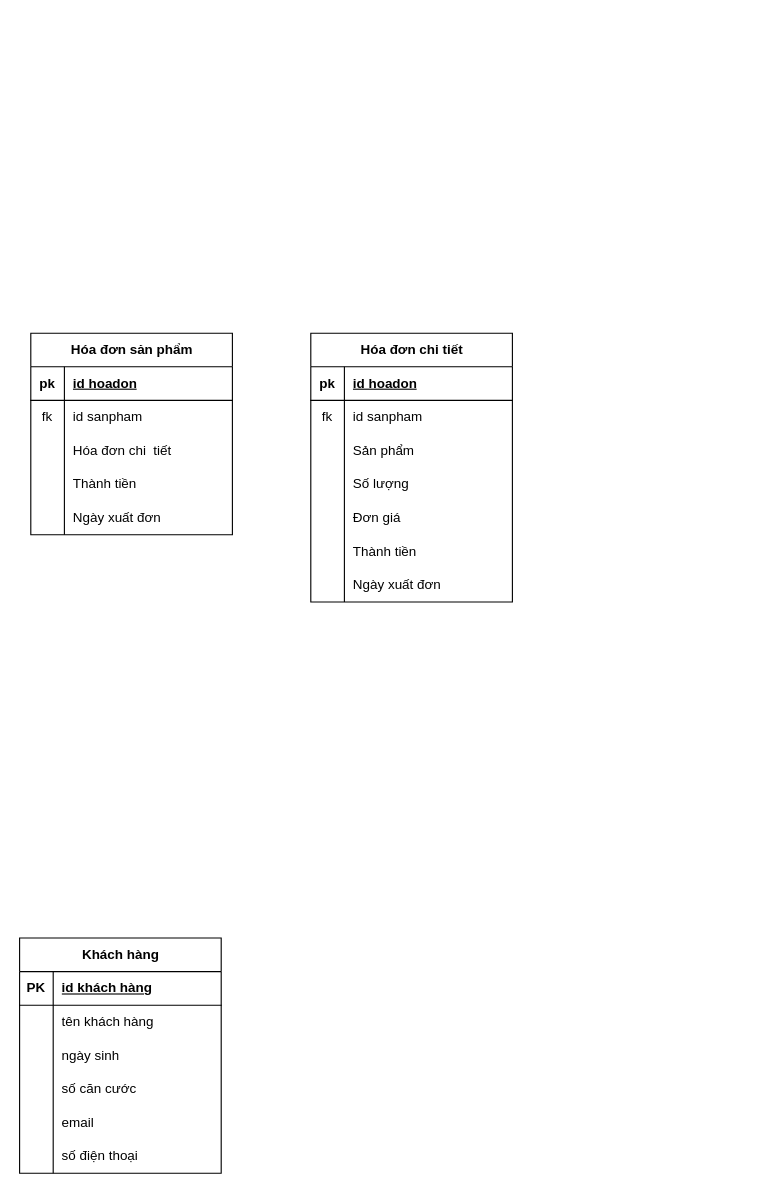
This is page "Khách hàng" (6 of 7) of DuAnNhom.drawio from khai520/DuAnNhom, a draw.io file, before an edit. Source tidied: cells renumbered, new cells numbered last; positions are measured from the earlier drawing's top-left corner, leaving out a move shared by most shapes. Both pictures are drawn from the tidied source at 112%, with x=0, y=0 at pixel (19, 333).
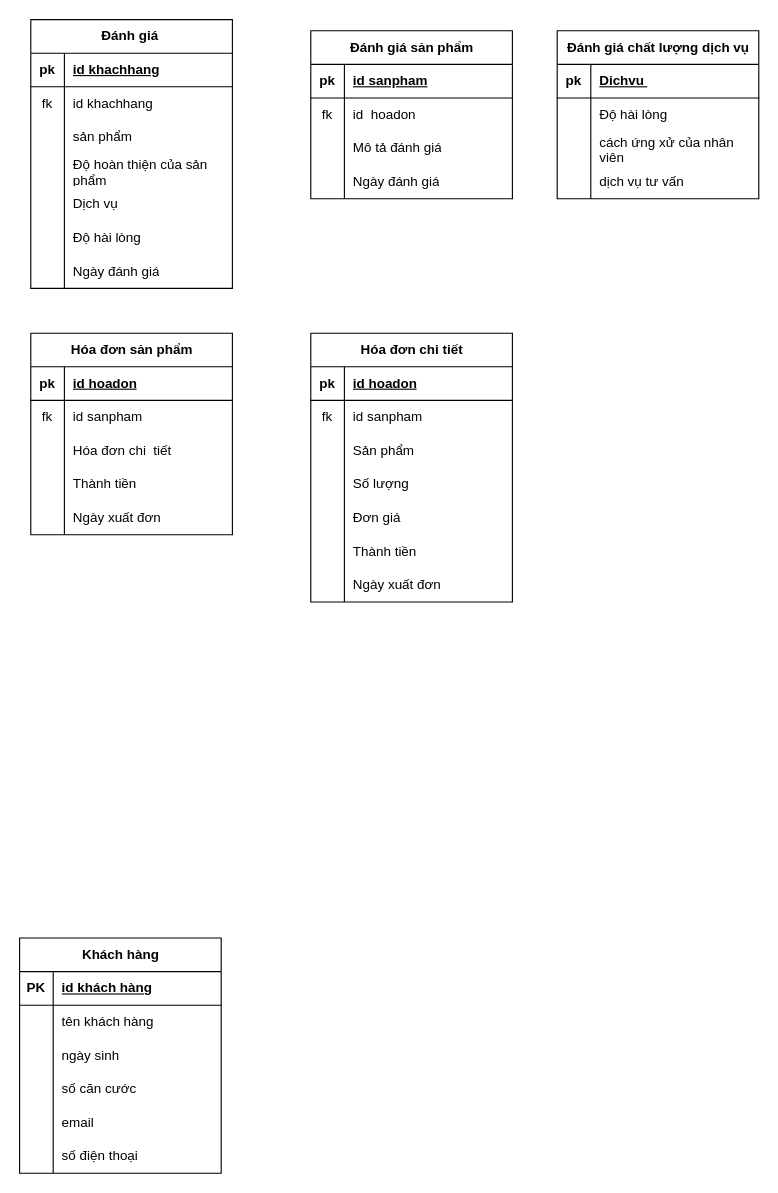
After the change.

Change to the diagram source:
```diff
@@
+    <mxCell id="59" value="Đánh giá&amp;nbsp;" style="shape=table;startSize=30;childLayout=tableLayout;rowLines=0;fontStyle=1;align=center;html=1;" parent="1" vertex="1">
+      <mxGeometry x="10" y="-280" width="180" height="240" as="geometry" />
+    </mxCell>
+    <mxCell id="60" style="shape=tableRow;horizontal=0;startSize=0;swimlaneHead=0;swimlaneBody=0;fillColor=none;top=0;left=0;right=0;bottom=1;" parent="59" vertex="1">
+      <mxGeometry y="30" width="180" height="30" as="geometry" />
+    </mxCell>
+    <mxCell id="61" value="pk" style="shape=partialRectangle;fillColor=none;top=0;left=0;bottom=0;right=0;fontStyle=1;overflow=hidden;whiteSpace=wrap;html=1;" parent="60" vertex="1">
+      <mxGeometry width="30" height="30" as="geometry" />
+    </mxCell>
+    <mxCell id="62" value="id khachhang" style="shape=partialRectangle;fillColor=none;top=0;left=0;bottom=0;right=0;align=left;spacingLeft=6;fontStyle=5;overflow=hidden;whiteSpace=wrap;html=1;" parent="60" vertex="1">
+      <mxGeometry x="30" width="150" height="30" as="geometry" />
+    </mxCell>
+    <mxCell id="63" style="shape=tableRow;horizontal=0;startSize=0;swimlaneHead=0;swimlaneBody=0;fillColor=none;top=0;left=0;right=0;bottom=0;" parent="59" vertex="1">
+      <mxGeometry y="60" width="180" height="30" as="geometry" />
+    </mxCell>
+    <mxCell id="64" value="fk" style="shape=partialRectangle;fillColor=none;top=0;left=0;bottom=0;right=0;overflow=hidden;whiteSpace=wrap;html=1;" parent="63" vertex="1">
+      <mxGeometry width="30" height="30" as="geometry" />
+    </mxCell>
+    <mxCell id="65" value="id khachhang" style="shape=partialRectangle;fillColor=none;top=0;left=0;bottom=0;right=0;align=left;spacingLeft=6;overflow=hidden;whiteSpace=wrap;html=1;" parent="63" vertex="1">
+      <mxGeometry x="30" width="150" height="30" as="geometry" />
+    </mxCell>
+    <mxCell id="66" style="shape=tableRow;horizontal=0;startSize=0;swimlaneHead=0;swimlaneBody=0;fillColor=none;top=0;left=0;right=0;bottom=0;" parent="59" vertex="1">
+      <mxGeometry y="90" width="180" height="30" as="geometry" />
+    </mxCell>
+    <mxCell id="67" style="shape=partialRectangle;fillColor=none;top=0;left=0;bottom=0;right=0;overflow=hidden;whiteSpace=wrap;html=1;" parent="66" vertex="1">
+      <mxGeometry width="30" height="30" as="geometry" />
+    </mxCell>
+    <mxCell id="68" value="sản phẩm" style="shape=partialRectangle;fillColor=none;top=0;left=0;bottom=0;right=0;align=left;spacingLeft=6;overflow=hidden;whiteSpace=wrap;html=1;" parent="66" vertex="1">
+      <mxGeometry x="30" width="150" height="30" as="geometry" />
+    </mxCell>
+    <mxCell id="69" style="shape=tableRow;horizontal=0;startSize=0;swimlaneHead=0;swimlaneBody=0;fillColor=none;top=0;left=0;right=0;bottom=0;" parent="59" vertex="1">
+      <mxGeometry y="120" width="180" height="30" as="geometry" />
+    </mxCell>
+    <mxCell id="70" style="shape=partialRectangle;fillColor=none;top=0;left=0;bottom=0;right=0;overflow=hidden;whiteSpace=wrap;html=1;" parent="69" vertex="1">
+      <mxGeometry width="30" height="30" as="geometry" />
+    </mxCell>
+    <mxCell id="71" value="Độ hoàn thiện của sản phẩm" style="shape=partialRectangle;fillColor=none;top=0;left=0;bottom=0;right=0;align=left;spacingLeft=6;overflow=hidden;whiteSpace=wrap;html=1;" parent="69" vertex="1">
+      <mxGeometry x="30" width="150" height="30" as="geometry" />
+    </mxCell>
+    <mxCell id="72" style="shape=tableRow;horizontal=0;startSize=0;swimlaneHead=0;swimlaneBody=0;fillColor=none;top=0;left=0;right=0;bottom=0;" parent="59" vertex="1">
+      <mxGeometry y="150" width="180" height="30" as="geometry" />
+    </mxCell>
+    <mxCell id="73" style="shape=partialRectangle;fillColor=none;top=0;left=0;bottom=0;right=0;overflow=hidden;whiteSpace=wrap;html=1;" parent="72" vertex="1">
+      <mxGeometry width="30" height="30" as="geometry" />
+    </mxCell>
+    <mxCell id="74" value="Dịch vụ" style="shape=partialRectangle;fillColor=none;top=0;left=0;bottom=0;right=0;align=left;spacingLeft=6;overflow=hidden;whiteSpace=wrap;html=1;" parent="72" vertex="1">
+      <mxGeometry x="30" width="150" height="30" as="geometry" />
+    </mxCell>
+    <mxCell id="75" style="shape=tableRow;horizontal=0;startSize=0;swimlaneHead=0;swimlaneBody=0;fillColor=none;top=0;left=0;right=0;bottom=0;" parent="59" vertex="1">
+      <mxGeometry y="180" width="180" height="30" as="geometry" />
+    </mxCell>
+    <mxCell id="76" style="shape=partialRectangle;fillColor=none;top=0;left=0;bottom=0;right=0;overflow=hidden;whiteSpace=wrap;html=1;" parent="75" vertex="1">
+      <mxGeometry width="30" height="30" as="geometry" />
+    </mxCell>
+    <mxCell id="77" value="Độ hài lòng&amp;nbsp;" style="shape=partialRectangle;fillColor=none;top=0;left=0;bottom=0;right=0;align=left;spacingLeft=6;overflow=hidden;whiteSpace=wrap;html=1;" parent="75" vertex="1">
+      <mxGeometry x="30" width="150" height="30" as="geometry" />
+    </mxCell>
+    <mxCell id="78" style="shape=tableRow;horizontal=0;startSize=0;swimlaneHead=0;swimlaneBody=0;fillColor=none;top=0;left=0;right=0;bottom=0;" parent="59" vertex="1">
+      <mxGeometry y="210" width="180" height="30" as="geometry" />
+    </mxCell>
+    <mxCell id="79" style="shape=partialRectangle;fillColor=none;top=0;left=0;bottom=0;right=0;overflow=hidden;whiteSpace=wrap;html=1;" parent="78" vertex="1">
+      <mxGeometry width="30" height="30" as="geometry" />
+    </mxCell>
+    <mxCell id="80" value="Ngày đánh giá" style="shape=partialRectangle;fillColor=none;top=0;left=0;bottom=0;right=0;align=left;spacingLeft=6;overflow=hidden;whiteSpace=wrap;html=1;" parent="78" vertex="1">
+      <mxGeometry x="30" width="150" height="30" as="geometry" />
+    </mxCell>
+    <mxCell id="81" value="Đánh giá sản phẩm" style="shape=table;startSize=30;childLayout=tableLayout;rowLines=0;fontStyle=1;align=center;html=1;" parent="1" vertex="1">
+      <mxGeometry x="260" y="-270" width="180" height="150" as="geometry" />
+    </mxCell>
+    <mxCell id="82" style="shape=tableRow;horizontal=0;startSize=0;swimlaneHead=0;swimlaneBody=0;fillColor=none;top=0;left=0;right=0;bottom=1;" parent="81" vertex="1">
+      <mxGeometry y="30" width="180" height="30" as="geometry" />
+    </mxCell>
+    <mxCell id="83" value="pk" style="shape=partialRectangle;fillColor=none;top=0;left=0;bottom=0;right=0;fontStyle=1;overflow=hidden;whiteSpace=wrap;html=1;" parent="82" vertex="1">
+      <mxGeometry width="30" height="30" as="geometry" />
+    </mxCell>
+    <mxCell id="84" value="id sanpham" style="shape=partialRectangle;fillColor=none;top=0;left=0;bottom=0;right=0;align=left;spacingLeft=6;fontStyle=5;overflow=hidden;whiteSpace=wrap;html=1;" parent="82" vertex="1">
+      <mxGeometry x="30" width="150" height="30" as="geometry" />
+    </mxCell>
+    <mxCell id="85" style="shape=tableRow;horizontal=0;startSize=0;swimlaneHead=0;swimlaneBody=0;fillColor=none;top=0;left=0;right=0;bottom=0;" parent="81" vertex="1">
+      <mxGeometry y="60" width="180" height="30" as="geometry" />
+    </mxCell>
+    <mxCell id="86" value="fk" style="shape=partialRectangle;fillColor=none;top=0;left=0;bottom=0;right=0;overflow=hidden;whiteSpace=wrap;html=1;" parent="85" vertex="1">
+      <mxGeometry width="30" height="30" as="geometry" />
+    </mxCell>
+    <mxCell id="87" value="id&amp;nbsp; hoadon" style="shape=partialRectangle;fillColor=none;top=0;left=0;bottom=0;right=0;align=left;spacingLeft=6;overflow=hidden;whiteSpace=wrap;html=1;" parent="85" vertex="1">
+      <mxGeometry x="30" width="150" height="30" as="geometry" />
+    </mxCell>
+    <mxCell id="88" style="shape=tableRow;horizontal=0;startSize=0;swimlaneHead=0;swimlaneBody=0;fillColor=none;top=0;left=0;right=0;bottom=0;" parent="81" vertex="1">
+      <mxGeometry y="90" width="180" height="30" as="geometry" />
+    </mxCell>
+    <mxCell id="89" style="shape=partialRectangle;fillColor=none;top=0;left=0;bottom=0;right=0;overflow=hidden;whiteSpace=wrap;html=1;" parent="88" vertex="1">
+      <mxGeometry width="30" height="30" as="geometry" />
+    </mxCell>
+    <mxCell id="90" value="Mô tả đánh giá" style="shape=partialRectangle;fillColor=none;top=0;left=0;bottom=0;right=0;align=left;spacingLeft=6;overflow=hidden;whiteSpace=wrap;html=1;" parent="88" vertex="1">
+      <mxGeometry x="30" width="150" height="30" as="geometry" />
+    </mxCell>
+    <mxCell id="91" style="shape=tableRow;horizontal=0;startSize=0;swimlaneHead=0;swimlaneBody=0;fillColor=none;top=0;left=0;right=0;bottom=0;" parent="81" vertex="1">
+      <mxGeometry y="120" width="180" height="30" as="geometry" />
+    </mxCell>
+    <mxCell id="92" style="shape=partialRectangle;fillColor=none;top=0;left=0;bottom=0;right=0;overflow=hidden;whiteSpace=wrap;html=1;" parent="91" vertex="1">
+      <mxGeometry width="30" height="30" as="geometry" />
+    </mxCell>
+    <mxCell id="93" value="Ngày đánh giá" style="shape=partialRectangle;fillColor=none;top=0;left=0;bottom=0;right=0;align=left;spacingLeft=6;overflow=hidden;whiteSpace=wrap;html=1;" parent="91" vertex="1">
+      <mxGeometry x="30" width="150" height="30" as="geometry" />
+    </mxCell>
+    <mxCell id="94" value="Đánh giá chất lượng dịch vụ" style="shape=table;startSize=30;childLayout=tableLayout;rowLines=0;fontStyle=1;align=center;html=1;" parent="1" vertex="1">
+      <mxGeometry x="480" y="-270" width="180" height="150" as="geometry" />
+    </mxCell>
+    <mxCell id="95" style="shape=tableRow;horizontal=0;startSize=0;swimlaneHead=0;swimlaneBody=0;fillColor=none;top=0;left=0;right=0;bottom=1;" parent="94" vertex="1">
+      <mxGeometry y="30" width="180" height="30" as="geometry" />
+    </mxCell>
+    <mxCell id="96" value="pk" style="shape=partialRectangle;fillColor=none;top=0;left=0;bottom=0;right=0;fontStyle=1;overflow=hidden;whiteSpace=wrap;html=1;" parent="95" vertex="1">
+      <mxGeometry width="30" height="30" as="geometry" />
+    </mxCell>
+    <mxCell id="97" value="Dichvu&amp;nbsp;" style="shape=partialRectangle;fillColor=none;top=0;left=0;bottom=0;right=0;align=left;spacingLeft=6;fontStyle=5;overflow=hidden;whiteSpace=wrap;html=1;" parent="95" vertex="1">
+      <mxGeometry x="30" width="150" height="30" as="geometry" />
+    </mxCell>
+    <mxCell id="98" style="shape=tableRow;horizontal=0;startSize=0;swimlaneHead=0;swimlaneBody=0;fillColor=none;top=0;left=0;right=0;bottom=0;" parent="94" vertex="1">
+      <mxGeometry y="60" width="180" height="30" as="geometry" />
+    </mxCell>
+    <mxCell id="99" style="shape=partialRectangle;fillColor=none;top=0;left=0;bottom=0;right=0;overflow=hidden;whiteSpace=wrap;html=1;" parent="98" vertex="1">
+      <mxGeometry width="30" height="30" as="geometry" />
+    </mxCell>
+    <mxCell id="100" value="Độ hài lòng" style="shape=partialRectangle;fillColor=none;top=0;left=0;bottom=0;right=0;align=left;spacingLeft=6;overflow=hidden;whiteSpace=wrap;html=1;" parent="98" vertex="1">
+      <mxGeometry x="30" width="150" height="30" as="geometry" />
+    </mxCell>
+    <mxCell id="101" style="shape=tableRow;horizontal=0;startSize=0;swimlaneHead=0;swimlaneBody=0;fillColor=none;top=0;left=0;right=0;bottom=0;" parent="94" vertex="1">
+      <mxGeometry y="90" width="180" height="30" as="geometry" />
+    </mxCell>
+    <mxCell id="102" style="shape=partialRectangle;fillColor=none;top=0;left=0;bottom=0;right=0;overflow=hidden;whiteSpace=wrap;html=1;" parent="101" vertex="1">
+      <mxGeometry width="30" height="30" as="geometry" />
+    </mxCell>
+    <mxCell id="103" value="cách ứng xử của nhân viên" style="shape=partialRectangle;fillColor=none;top=0;left=0;bottom=0;right=0;align=left;spacingLeft=6;overflow=hidden;whiteSpace=wrap;html=1;" parent="101" vertex="1">
+      <mxGeometry x="30" width="150" height="30" as="geometry" />
+    </mxCell>
+    <mxCell id="104" style="shape=tableRow;horizontal=0;startSize=0;swimlaneHead=0;swimlaneBody=0;fillColor=none;top=0;left=0;right=0;bottom=0;" parent="94" vertex="1">
+      <mxGeometry y="120" width="180" height="30" as="geometry" />
+    </mxCell>
+    <mxCell id="105" style="shape=partialRectangle;fillColor=none;top=0;left=0;bottom=0;right=0;overflow=hidden;whiteSpace=wrap;html=1;" parent="104" vertex="1">
+      <mxGeometry width="30" height="30" as="geometry" />
+    </mxCell>
+    <mxCell id="106" value="dịch vụ tư vấn" style="shape=partialRectangle;fillColor=none;top=0;left=0;bottom=0;right=0;align=left;spacingLeft=6;overflow=hidden;whiteSpace=wrap;html=1;" parent="104" vertex="1">
+      <mxGeometry x="30" width="150" height="30" as="geometry" />
+    </mxCell>
```
